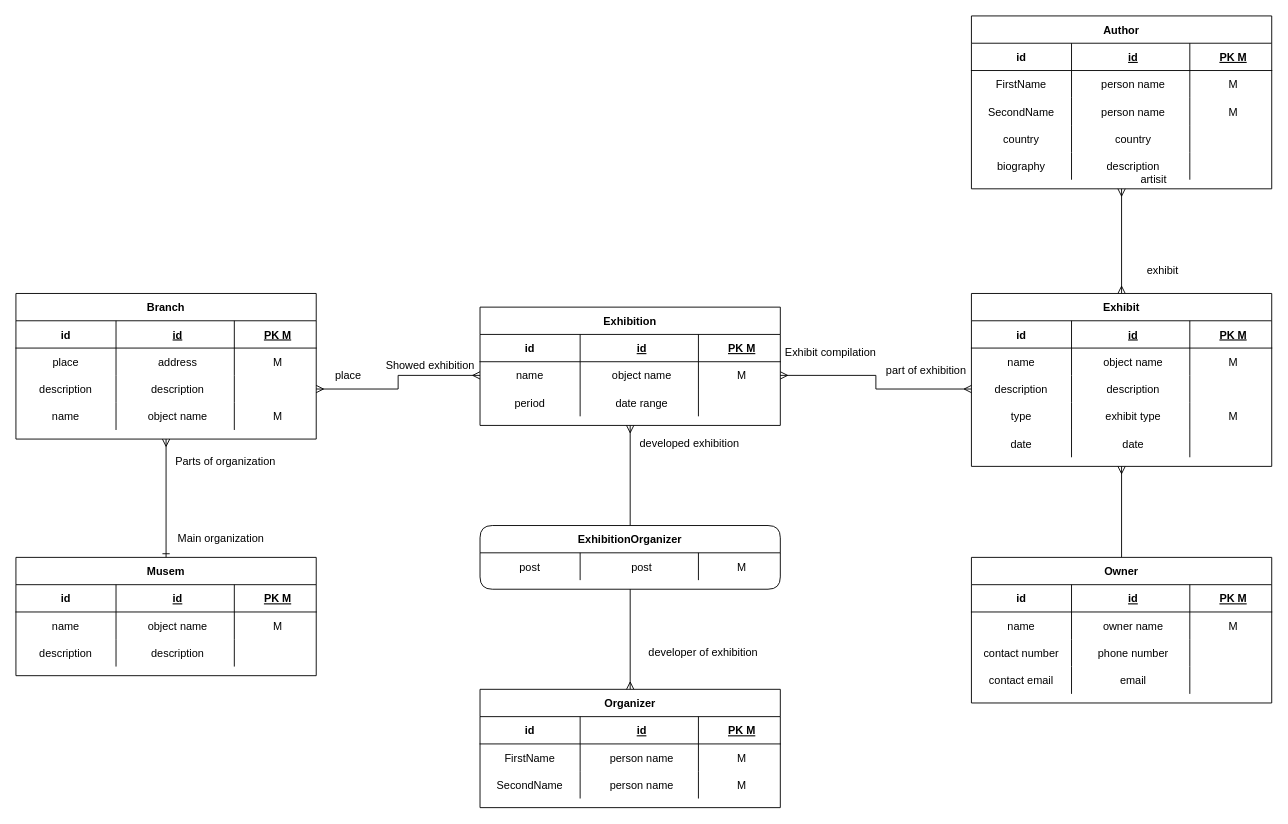
The draw.io diagram Musem.drawio in sergalb/db-musem-project, before the edit. Source tidied: cells renumbered, new cells numbered last; positions are measured from the earlier drawing's top-left corner, leaving out a move shared by most shapes. Both pictures are drawn from the tidied source at 91%, with x=0, y=0 at pixel (15, 15).
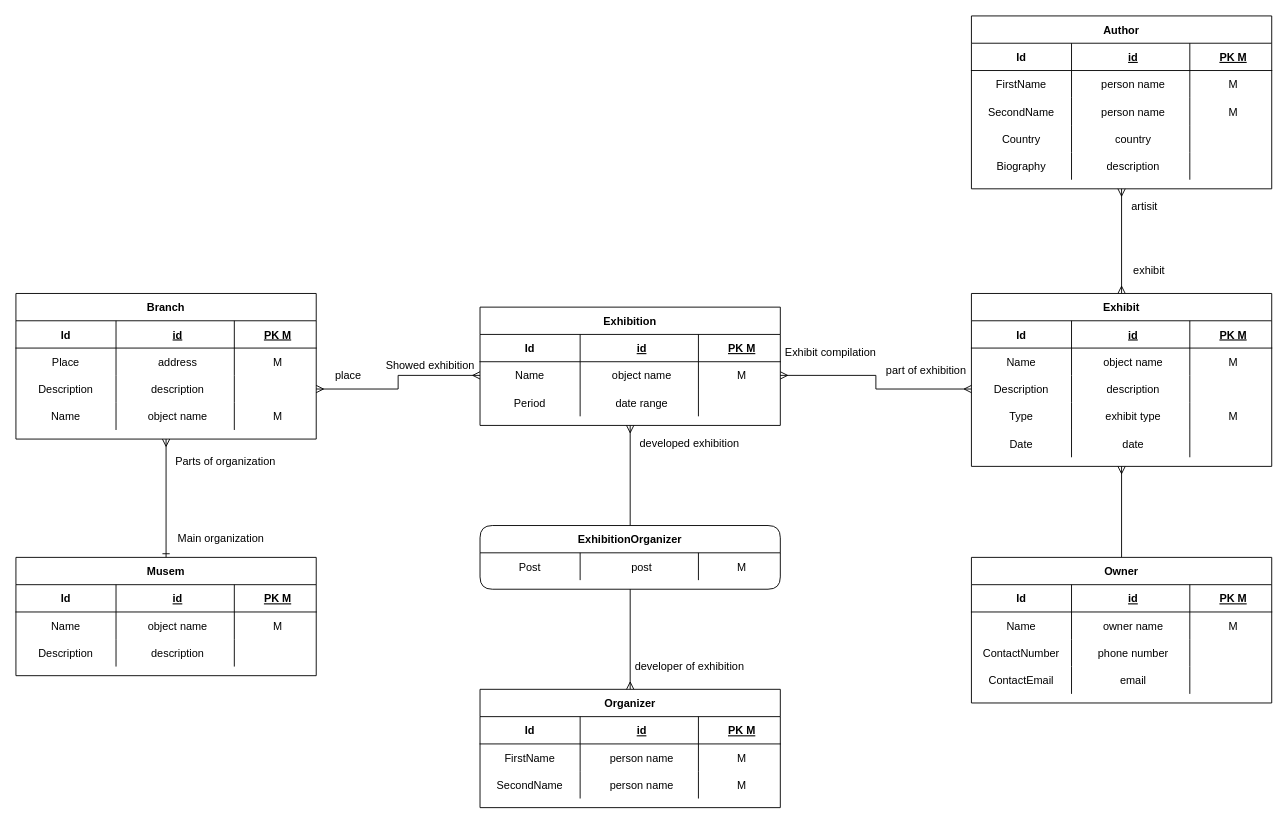
The same diagram, later.

The change refers to these unchanged cells:
```xml
<mxCell id="4" style="shape=partialRectangle;fillColor=none;top=0;left=0;bottom=1;right=0;align=center;" parent="3" vertex="1">
  <mxGeometry y="30" width="330" height="30" as="geometry" />
</mxCell>
<mxCell id="8" style="shape=partialRectangle;fillColor=none;top=0;left=0;bottom=0;right=0;align=center;" parent="3" vertex="1">
  <mxGeometry y="60" width="330" height="30" as="geometry" />
</mxCell>
<mxCell id="12" style="shape=partialRectangle;fillColor=none;top=0;left=0;bottom=0;right=0;align=center;" parent="3" vertex="1">
  <mxGeometry y="90" width="330" height="30" as="geometry" />
</mxCell>
<mxCell id="17" style="shape=partialRectangle;fillColor=none;top=0;left=0;bottom=1;right=0;align=center;" parent="16" vertex="1">
  <mxGeometry y="30" width="330" height="30" as="geometry" />
</mxCell>
<mxCell id="21" style="shape=partialRectangle;fillColor=none;top=0;left=0;bottom=0;right=0;align=center;" parent="16" vertex="1">
  <mxGeometry y="60" width="330" height="30" as="geometry" />
</mxCell>
<mxCell id="25" style="shape=partialRectangle;fillColor=none;top=0;left=0;bottom=0;right=0;points=[[0,0.5],[1,0.5]];portConstraint=eastwest;align=center;" parent="16" vertex="1">
  <mxGeometry y="90" width="330" height="30" as="geometry" />
</mxCell>
<mxCell id="29" style="shape=partialRectangle;fillColor=none;top=0;left=0;bottom=0;right=0;align=center;" parent="16" vertex="1">
  <mxGeometry y="120" width="330" height="30" as="geometry" />
</mxCell>
<mxCell id="35" style="shape=partialRectangle;fillColor=none;top=0;left=0;bottom=1;right=0;align=center;" parent="34" vertex="1">
  <mxGeometry y="30" width="330" height="30" as="geometry" />
</mxCell>
<mxCell id="39" style="shape=partialRectangle;fillColor=none;top=0;left=0;bottom=0;right=0;align=center;" parent="34" vertex="1">
  <mxGeometry y="60" width="330" height="30" as="geometry" />
</mxCell>
<mxCell id="43" style="shape=partialRectangle;fillColor=none;top=0;left=0;bottom=0;right=0;points=[[0,0.5],[1,0.5]];portConstraint=eastwest;align=center;" parent="34" vertex="1">
  <mxGeometry y="90" width="330" height="30" as="geometry" />
</mxCell>
<mxCell id="47" style="shape=partialRectangle;fillColor=none;top=0;left=0;bottom=0;right=0;align=center;" parent="34" vertex="1">
  <mxGeometry y="120" width="330" height="30" as="geometry" />
</mxCell>
<mxCell id="51" style="shape=partialRectangle;fillColor=none;top=0;left=0;bottom=0;right=0;align=center;" parent="34" vertex="1">
  <mxGeometry y="150" width="330" height="30" as="geometry" />
</mxCell>
<mxCell id="56" style="shape=partialRectangle;fillColor=none;top=0;left=0;bottom=1;right=0;align=center;" parent="55" vertex="1">
  <mxGeometry y="30" width="330" height="30" as="geometry" />
</mxCell>
<mxCell id="68" style="shape=partialRectangle;fillColor=none;top=0;left=0;bottom=0;right=0;align=center;" parent="55" vertex="1">
  <mxGeometry y="120" width="330" height="30" as="geometry" />
</mxCell>
<mxCell id="72" style="shape=partialRectangle;fillColor=none;top=0;left=0;bottom=0;right=0;align=center;" parent="55" vertex="1">
  <mxGeometry y="150" width="330" height="30" as="geometry" />
</mxCell>
<mxCell id="77" style="shape=partialRectangle;fillColor=none;top=0;left=0;bottom=1;right=0;align=center;" parent="76" vertex="1">
  <mxGeometry y="30" width="330" height="30" as="geometry" />
</mxCell>
<mxCell id="90" style="shape=partialRectangle;fillColor=none;top=0;left=0;bottom=1;right=0;align=center;" parent="89" vertex="1">
  <mxGeometry y="30" width="330" height="30" as="geometry" />
</mxCell>
<mxCell id="94" style="shape=partialRectangle;fillColor=none;top=0;left=0;bottom=0;right=0;points=[[0,0.5],[1,0.5]];portConstraint=eastwest;align=center;" parent="89" vertex="1">
  <mxGeometry y="60" width="330" height="30" as="geometry" />
</mxCell>
<mxCell id="98" style="shape=partialRectangle;fillColor=none;top=0;left=0;bottom=0;right=0;align=center;" parent="89" vertex="1">
  <mxGeometry y="90" width="330" height="30" as="geometry" />
</mxCell>
<mxCell id="115" style="shape=partialRectangle;fillColor=none;top=0;left=0;bottom=1;right=0;align=center;" parent="114" vertex="1">
  <mxGeometry y="30" width="330" height="30" as="geometry" />
</mxCell>
<mxCell id="119" style="shape=partialRectangle;fillColor=none;top=0;left=0;bottom=0;right=0;align=center;" parent="114" vertex="1">
  <mxGeometry y="60" width="330" height="30" as="geometry" />
</mxCell>
<mxCell id="123" style="shape=partialRectangle;fillColor=none;top=0;left=0;bottom=0;right=0;align=center;" parent="114" vertex="1">
  <mxGeometry y="90" width="330" height="30" as="geometry" />
</mxCell>
<mxCell id="127" style="shape=partialRectangle;fillColor=none;top=0;left=0;bottom=0;right=0;align=center;" parent="114" vertex="1">
  <mxGeometry y="120" width="330" height="30" as="geometry" />
</mxCell>
<mxCell id="134" style="shape=partialRectangle;fillColor=none;top=0;left=0;bottom=0;right=0;align=center;" parent="133" vertex="1">
  <mxGeometry y="30" width="330" height="30" as="geometry" />
</mxCell>
```

Change to the diagram source:
```diff
@@
-    <mxCell id="5" value="id" style="shape=partialRectangle;fillColor=none;top=0;left=0;bottom=0;right=0;fontStyle=1;overflow=hidden;align=center;" parent="4" vertex="1">
+    <mxCell id="5" value="Id" style="shape=partialRectangle;fillColor=none;top=0;left=0;bottom=0;right=0;fontStyle=1;overflow=hidden;align=center;" parent="4" vertex="1">
       <mxGeometry width="110" height="30" as="geometry" />
     </mxCell>
@@
-    <mxCell id="9" value="name" style="shape=partialRectangle;fillColor=none;top=0;left=0;bottom=0;right=0;overflow=hidden;align=center;" parent="8" vertex="1">
+    <mxCell id="9" value="Name" style="shape=partialRectangle;fillColor=none;top=0;left=0;bottom=0;right=0;overflow=hidden;align=center;" parent="8" vertex="1">
       <mxGeometry width="110" height="30" as="geometry" />
     </mxCell>
@@
-    <mxCell id="13" value="description" style="shape=partialRectangle;fillColor=none;top=0;left=0;bottom=0;right=0;overflow=hidden;align=center;" parent="12" vertex="1">
+    <mxCell id="13" value="Description" style="shape=partialRectangle;fillColor=none;top=0;left=0;bottom=0;right=0;overflow=hidden;align=center;" parent="12" vertex="1">
       <mxGeometry width="110" height="30" as="geometry" />
     </mxCell>
@@
-    <mxCell id="18" value="id" style="shape=partialRectangle;fillColor=none;top=0;left=0;bottom=0;right=0;fontStyle=1;overflow=hidden;align=center;" parent="17" vertex="1">
+    <mxCell id="18" value="Id" style="shape=partialRectangle;fillColor=none;top=0;left=0;bottom=0;right=0;fontStyle=1;overflow=hidden;align=center;" parent="17" vertex="1">
       <mxGeometry width="110" height="30" as="geometry" />
     </mxCell>
@@
-    <mxCell id="22" value="place" style="shape=partialRectangle;fillColor=none;top=0;left=0;bottom=0;right=0;overflow=hidden;align=center;" parent="21" vertex="1">
+    <mxCell id="22" value="Place" style="shape=partialRectangle;fillColor=none;top=0;left=0;bottom=0;right=0;overflow=hidden;align=center;" parent="21" vertex="1">
       <mxGeometry width="110" height="30" as="geometry" />
     </mxCell>
@@
-    <mxCell id="26" value="description" style="shape=partialRectangle;fillColor=none;top=0;left=0;bottom=0;right=0;overflow=hidden;align=center;" parent="25" vertex="1">
+    <mxCell id="26" value="Description" style="shape=partialRectangle;fillColor=none;top=0;left=0;bottom=0;right=0;overflow=hidden;align=center;" parent="25" vertex="1">
       <mxGeometry width="110" height="30" as="geometry" />
     </mxCell>
@@
-    <mxCell id="30" value="name" style="shape=partialRectangle;fillColor=none;top=0;left=0;bottom=0;right=0;overflow=hidden;align=center;" parent="29" vertex="1">
+    <mxCell id="30" value="Name" style="shape=partialRectangle;fillColor=none;top=0;left=0;bottom=0;right=0;overflow=hidden;align=center;" parent="29" vertex="1">
       <mxGeometry width="110" height="30" as="geometry" />
     </mxCell>
@@
-    <mxCell id="36" value="id" style="shape=partialRectangle;fillColor=none;top=0;left=0;bottom=0;right=0;fontStyle=1;overflow=hidden;align=center;" parent="35" vertex="1">
+    <mxCell id="36" value="Id" style="shape=partialRectangle;fillColor=none;top=0;left=0;bottom=0;right=0;fontStyle=1;overflow=hidden;align=center;" parent="35" vertex="1">
       <mxGeometry width="110" height="30" as="geometry" />
     </mxCell>
@@
-    <mxCell id="40" value="name" style="shape=partialRectangle;fillColor=none;top=0;left=0;bottom=0;right=0;overflow=hidden;align=center;" parent="39" vertex="1">
+    <mxCell id="40" value="Name" style="shape=partialRectangle;fillColor=none;top=0;left=0;bottom=0;right=0;overflow=hidden;align=center;" parent="39" vertex="1">
       <mxGeometry width="110" height="30" as="geometry" />
     </mxCell>
@@
-    <mxCell id="44" value="description" style="shape=partialRectangle;fillColor=none;top=0;left=0;bottom=0;right=0;overflow=hidden;align=center;" parent="43" vertex="1">
+    <mxCell id="44" value="Description" style="shape=partialRectangle;fillColor=none;top=0;left=0;bottom=0;right=0;overflow=hidden;align=center;" parent="43" vertex="1">
       <mxGeometry width="110" height="30" as="geometry" />
     </mxCell>
@@
-    <mxCell id="48" value="type" style="shape=partialRectangle;fillColor=none;top=0;left=0;bottom=0;right=0;overflow=hidden;align=center;" parent="47" vertex="1">
+    <mxCell id="48" value="Type" style="shape=partialRectangle;fillColor=none;top=0;left=0;bottom=0;right=0;overflow=hidden;align=center;" parent="47" vertex="1">
       <mxGeometry width="110" height="30" as="geometry" />
     </mxCell>
@@
-    <mxCell id="52" value="date" style="shape=partialRectangle;fillColor=none;top=0;left=0;bottom=0;right=0;overflow=hidden;align=center;" parent="51" vertex="1">
+    <mxCell id="52" value="Date" style="shape=partialRectangle;fillColor=none;top=0;left=0;bottom=0;right=0;overflow=hidden;align=center;" parent="51" vertex="1">
       <mxGeometry width="110" height="30" as="geometry" />
     </mxCell>
@@
-    <mxCell id="57" value="id" style="shape=partialRectangle;fillColor=none;top=0;left=0;bottom=0;right=0;fontStyle=1;overflow=hidden;align=center;" parent="56" vertex="1">
+    <mxCell id="57" value="Id" style="shape=partialRectangle;fillColor=none;top=0;left=0;bottom=0;right=0;fontStyle=1;overflow=hidden;align=center;" parent="56" vertex="1">
       <mxGeometry width="110" height="30" as="geometry" />
     </mxCell>
@@
-    <mxCell id="69" value="country" style="shape=partialRectangle;fillColor=none;top=0;left=0;bottom=0;right=0;overflow=hidden;align=center;" parent="68" vertex="1">
+    <mxCell id="69" value="Country" style="shape=partialRectangle;fillColor=none;top=0;left=0;bottom=0;right=0;overflow=hidden;align=center;" parent="68" vertex="1">
       <mxGeometry width="110" height="30" as="geometry" />
     </mxCell>
@@
-    <mxCell id="73" value="biography" style="shape=partialRectangle;fillColor=none;top=0;left=0;bottom=0;right=0;overflow=hidden;align=center;" parent="72" vertex="1">
+    <mxCell id="73" value="Biography" style="shape=partialRectangle;fillColor=none;top=0;left=0;bottom=0;right=0;overflow=hidden;align=center;" parent="72" vertex="1">
       <mxGeometry width="110" height="30" as="geometry" />
     </mxCell>
@@
-    <mxCell id="78" value="id" style="shape=partialRectangle;fillColor=none;top=0;left=0;bottom=0;right=0;fontStyle=1;overflow=hidden;align=center;" parent="77" vertex="1">
+    <mxCell id="78" value="Id" style="shape=partialRectangle;fillColor=none;top=0;left=0;bottom=0;right=0;fontStyle=1;overflow=hidden;align=center;" parent="77" vertex="1">
       <mxGeometry width="110" height="30" as="geometry" />
     </mxCell>
@@
-    <mxCell id="91" value="id" style="shape=partialRectangle;fillColor=none;top=0;left=0;bottom=0;right=0;fontStyle=1;overflow=hidden;align=center;" parent="90" vertex="1">
+    <mxCell id="91" value="Id" style="shape=partialRectangle;fillColor=none;top=0;left=0;bottom=0;right=0;fontStyle=1;overflow=hidden;align=center;" parent="90" vertex="1">
       <mxGeometry width="110" height="30" as="geometry" />
     </mxCell>
@@
-    <mxCell id="95" value="name" style="shape=partialRectangle;fillColor=none;top=0;left=0;bottom=0;right=0;overflow=hidden;align=center;" parent="94" vertex="1">
+    <mxCell id="95" value="Name" style="shape=partialRectangle;fillColor=none;top=0;left=0;bottom=0;right=0;overflow=hidden;align=center;" parent="94" vertex="1">
       <mxGeometry width="110" height="30" as="geometry" />
     </mxCell>
@@
-    <mxCell id="99" value="period" style="shape=partialRectangle;fillColor=none;top=0;left=0;bottom=0;right=0;overflow=hidden;align=center;" parent="98" vertex="1">
+    <mxCell id="99" value="Period" style="shape=partialRectangle;fillColor=none;top=0;left=0;bottom=0;right=0;overflow=hidden;align=center;" parent="98" vertex="1">
       <mxGeometry width="110" height="30" as="geometry" />
     </mxCell>
@@
     <mxCell id="108" value="&lt;div&gt;developer of exhibition&lt;/div&gt;" style="text;html=1;align=center;verticalAlign=middle;" parent="1" vertex="1">
-      <mxGeometry x="690" y="690" width="130" height="20" as="geometry" />
+      <mxGeometry x="675" y="705" width="130" height="20" as="geometry" />
     </mxCell>
@@
     <mxCell id="111" value="&lt;div&gt;exhibit&lt;/div&gt;" style="text;html=1;align=center;verticalAlign=middle;" parent="1" vertex="1">
-      <mxGeometry x="1235" y="270" width="50" height="20" as="geometry" />
+      <mxGeometry x="1220" y="270" width="50" height="20" as="geometry" />
     </mxCell>
     <mxCell id="112" value="artisit" style="text;html=1;align=center;verticalAlign=middle;" parent="1" vertex="1">
-      <mxGeometry x="1230" y="170" width="40" height="20" as="geometry" />
+      <mxGeometry x="1220" y="200" width="40" height="20" as="geometry" />
     </mxCell>
@@
-    <mxCell id="116" value="id" style="shape=partialRectangle;fillColor=none;top=0;left=0;bottom=0;right=0;fontStyle=1;overflow=hidden;align=center;" parent="115" vertex="1">
+    <mxCell id="116" value="Id" style="shape=partialRectangle;fillColor=none;top=0;left=0;bottom=0;right=0;fontStyle=1;overflow=hidden;align=center;" parent="115" vertex="1">
       <mxGeometry width="110" height="30" as="geometry" />
     </mxCell>
@@
-    <mxCell id="120" value="name" style="shape=partialRectangle;fillColor=none;top=0;left=0;bottom=0;right=0;overflow=hidden;align=center;" parent="119" vertex="1">
+    <mxCell id="120" value="Name" style="shape=partialRectangle;fillColor=none;top=0;left=0;bottom=0;right=0;overflow=hidden;align=center;" parent="119" vertex="1">
       <mxGeometry width="110" height="30" as="geometry" />
     </mxCell>
@@
-    <mxCell id="124" value="contact number" style="shape=partialRectangle;fillColor=none;top=0;left=0;bottom=0;right=0;overflow=hidden;align=center;" parent="123" vertex="1">
+    <mxCell id="124" value="ContactNumber" style="shape=partialRectangle;fillColor=none;top=0;left=0;bottom=0;right=0;overflow=hidden;align=center;" parent="123" vertex="1">
       <mxGeometry width="110" height="30" as="geometry" />
     </mxCell>
@@
-    <mxCell id="128" value="contact email" style="shape=partialRectangle;fillColor=none;top=0;left=0;bottom=0;right=0;overflow=hidden;align=center;" parent="127" vertex="1">
+    <mxCell id="128" value="ContactEmail" style="shape=partialRectangle;fillColor=none;top=0;left=0;bottom=0;right=0;overflow=hidden;align=center;" parent="127" vertex="1">
       <mxGeometry width="110" height="30" as="geometry" />
     </mxCell>
@@
-    <mxCell id="135" value="post" style="shape=partialRectangle;fillColor=none;top=0;left=0;bottom=0;right=0;overflow=hidden;align=center;" parent="134" vertex="1">
+    <mxCell id="135" value="Post" style="shape=partialRectangle;fillColor=none;top=0;left=0;bottom=0;right=0;overflow=hidden;align=center;" parent="134" vertex="1">
       <mxGeometry width="110" height="30" as="geometry" />
     </mxCell>
```
